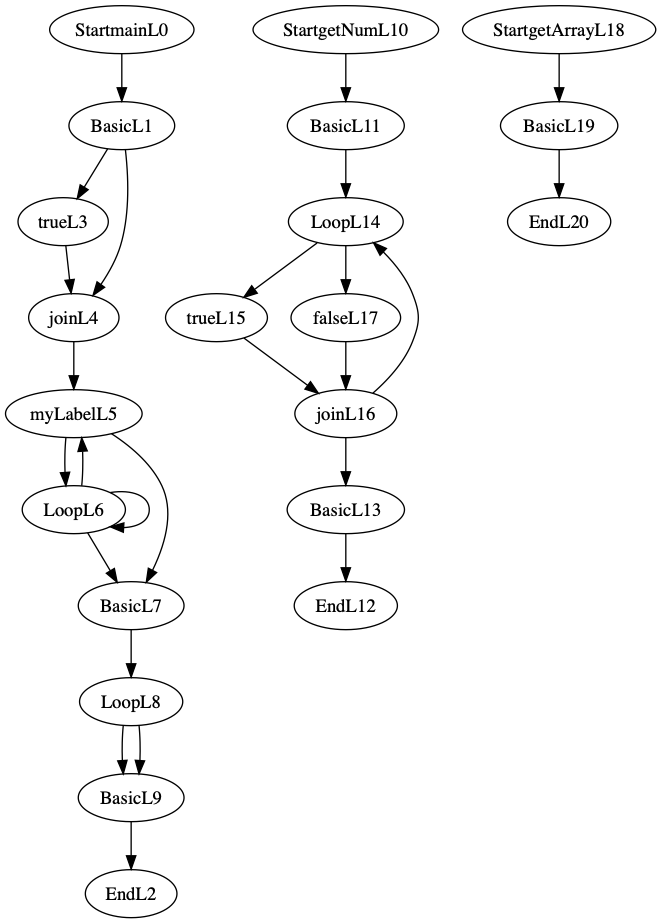
This is cfg.png from thomassimko/thesis-code-duplication, a Graphviz export, as it was before one commit. Its source is kept beside it as cfg.gv. Source of this version:
```dot
digraph G {
size ="8.5,11";StartmainL0 -> BasicL1
BasicL1 -> trueL3
trueL3 -> joinL4
joinL4 -> myLabelL5
myLabelL5 -> LoopL6
LoopL6 -> myLabelL5
LoopL6 -> LoopL6
LoopL6 -> BasicL7
BasicL7 -> LoopL8
LoopL8 -> BasicL9
BasicL9 -> EndL2
LoopL8 -> BasicL9
myLabelL5 -> BasicL7
BasicL1 -> joinL4
StartgetNumL10 -> BasicL11
BasicL11 -> LoopL14
LoopL14 -> trueL15
trueL15 -> joinL16
joinL16 -> LoopL14
joinL16 -> BasicL13
BasicL13 -> EndL12
LoopL14 -> falseL17
falseL17 -> joinL16
StartgetArrayL18 -> BasicL19
BasicL19 -> EndL20
}
```
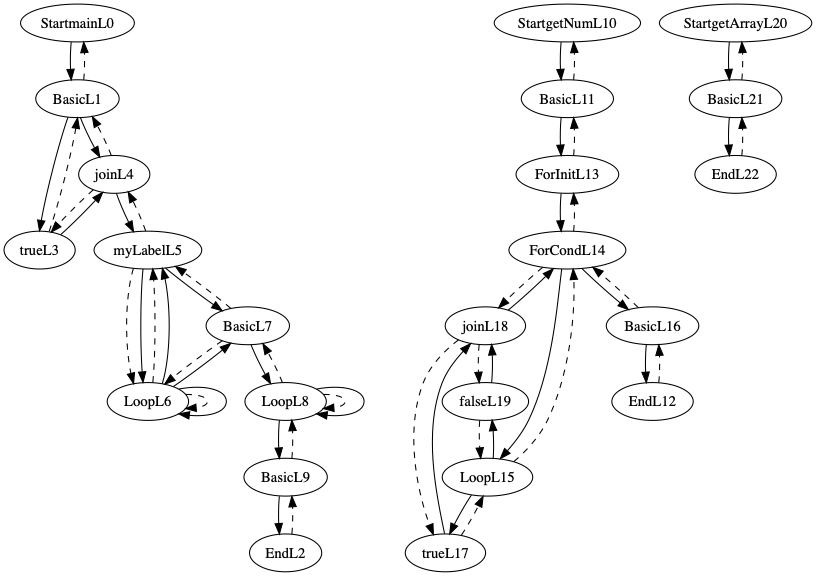
After the change.

Change to the diagram source:
```diff
@@ -1,27 +1,56 @@
 digraph G {
 size ="8.5,11";StartmainL0 -> BasicL1
+BasicL1 -> StartmainL0 [style=dashed]
 BasicL1 -> trueL3
+trueL3 -> BasicL1 [style=dashed]
 trueL3 -> joinL4
+joinL4 -> trueL3 [style=dashed]
+joinL4 -> BasicL1 [style=dashed]
 joinL4 -> myLabelL5
+myLabelL5 -> joinL4 [style=dashed]
+myLabelL5 -> LoopL6 [style=dashed]
 myLabelL5 -> LoopL6
+LoopL6 -> myLabelL5 [style=dashed]
+LoopL6 -> LoopL6 [style=dashed]
 LoopL6 -> myLabelL5
 LoopL6 -> LoopL6
 LoopL6 -> BasicL7
+BasicL7 -> myLabelL5 [style=dashed]
+BasicL7 -> LoopL6 [style=dashed]
 BasicL7 -> LoopL8
+LoopL8 -> BasicL7 [style=dashed]
+LoopL8 -> LoopL8 [style=dashed]
 LoopL8 -> BasicL9
+BasicL9 -> LoopL8 [style=dashed]
 BasicL9 -> EndL2
-LoopL8 -> BasicL9
+EndL2 -> BasicL9 [style=dashed]
+LoopL8 -> LoopL8
 myLabelL5 -> BasicL7
 BasicL1 -> joinL4
 StartgetNumL10 -> BasicL11
-BasicL11 -> LoopL14
-LoopL14 -> trueL15
-trueL15 -> joinL16
-joinL16 -> LoopL14
-joinL16 -> BasicL13
-BasicL13 -> EndL12
-LoopL14 -> falseL17
-falseL17 -> joinL16
-StartgetArrayL18 -> BasicL19
-BasicL19 -> EndL20
+BasicL11 -> StartgetNumL10 [style=dashed]
+BasicL11 -> ForInitL13
+ForInitL13 -> BasicL11 [style=dashed]
+ForInitL13 -> ForCondL14
+ForCondL14 -> ForInitL13 [style=dashed]
+ForCondL14 -> joinL18 [style=dashed]
+ForCondL14 -> LoopL15
+LoopL15 -> ForCondL14 [style=dashed]
+LoopL15 -> trueL17
+trueL17 -> LoopL15 [style=dashed]
+trueL17 -> joinL18
+joinL18 -> trueL17 [style=dashed]
+joinL18 -> falseL19 [style=dashed]
+joinL18 -> ForCondL14
+LoopL15 -> falseL19
+falseL19 -> LoopL15 [style=dashed]
+falseL19 -> joinL18
+ForCondL14 -> BasicL16
+BasicL16 -> ForCondL14 [style=dashed]
+BasicL16 -> EndL12
+EndL12 -> BasicL16 [style=dashed]
+StartgetArrayL20 -> BasicL21
+BasicL21 -> StartgetArrayL20 [style=dashed]
+BasicL21 -> EndL22
+EndL22 -> BasicL21 [style=dashed]
 }
```
